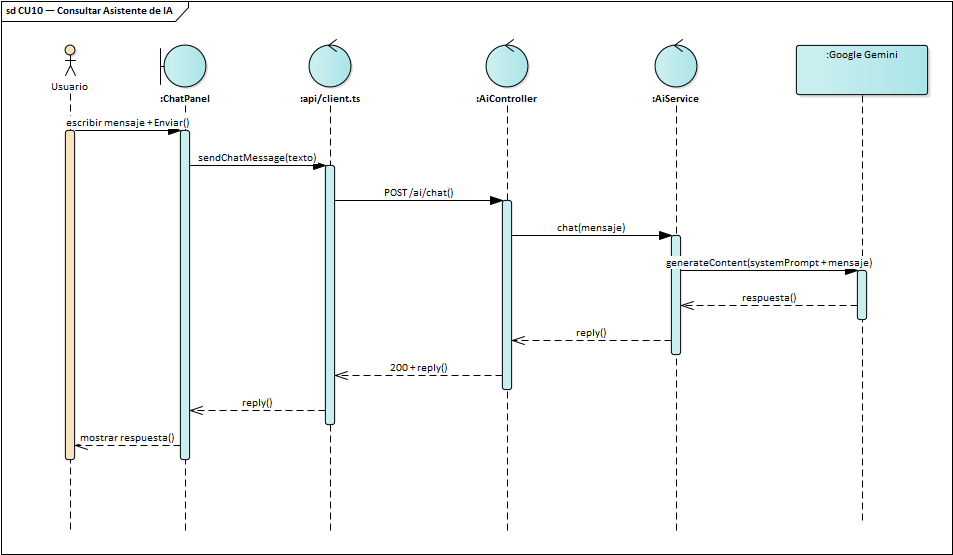
Earlier version of the PlantUML export docs/diagrams/ea/img/ciclo1/seq_cu10.png (luisfernandoAngulo28/generador_diagrama_clases_uml). Its source is kept beside it as docs/diagrams/1er_parcial/seq_cu10.plantuml.
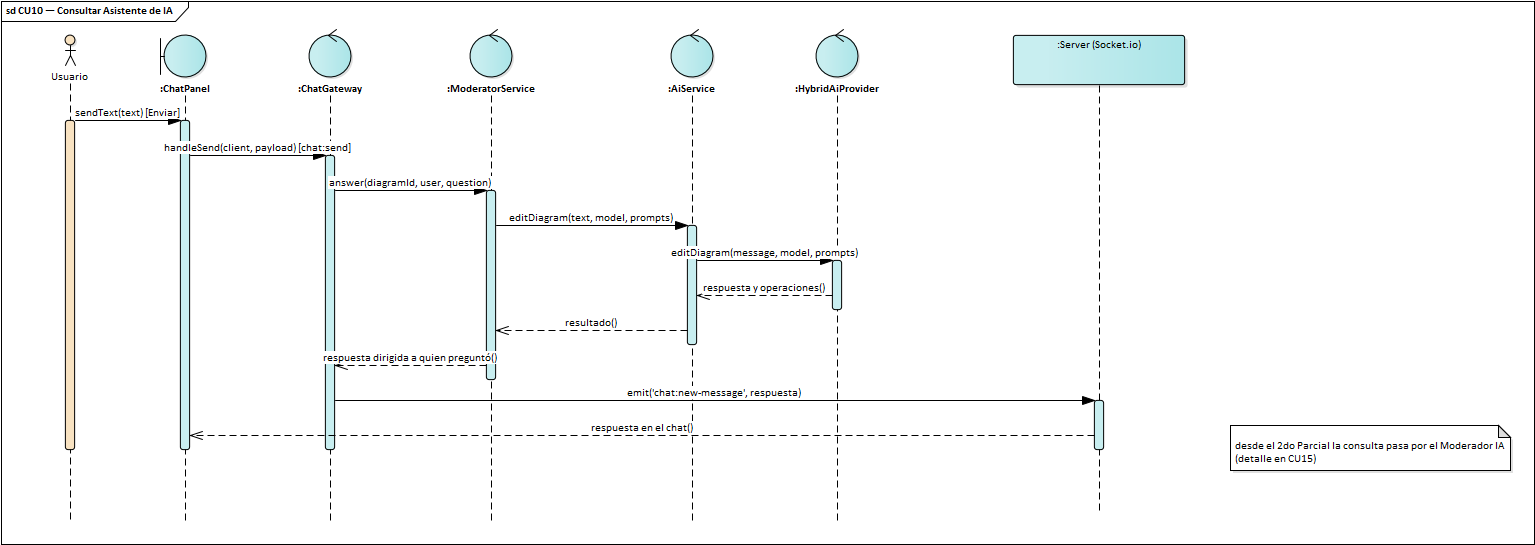
The same file after the commit.

The edit, as a diff of the source:
```diff
@@ -1,20 +1,22 @@
 @startuml seq_cu10
 !include ../2do_parcial/pud/_seq.iuml
-title CU10 — Consultar Asistente de IA\n<size:11>Diagrama de Secuencia · UML 2.5.1 · Ciclo 1 (1er Parcial)</size>
-actor "Usuario" as U
+title CU10 — Consultar Asistente de IA\n<size:11>Diagrama de Secuencia · UML 2.5.1 · Ciclo 1 · cada mensaje es una operación de la clase que lo recibe</size>
+actor Usuario as U
 boundary ":ChatPanel" as CP
-control ":api/client.ts" as A
-control ":AiController" as AC
-control ":AiService" as AS
-participant ":Google Gemini" as G
-U -> CP : escribir mensaje + Enviar
-CP -> A : sendChatMessage(texto)
-A -> AC : POST /ai/chat
-AC -> AS : chat(mensaje)
-AS -> G : generateContent(systemPrompt + mensaje)
-G --> AS : respuesta
-AS --> AC : reply
-AC --> A : 200 + reply
-A --> CP : reply
-CP --> U : mostrar respuesta
+control ":ChatGateway" as G
+control ":ModeratorService" as M
+control ":AiService" as AI
+control ":HybridAiProvider" as H
+participant ":Server (Socket.io)" as SV
+U -> CP : sendText(text) [Enviar]
+CP -> G : handleSend(client, payload) [chat:send]
+G -> M : answer(diagramId, user, question)
+M -> AI : editDiagram(text, model, prompts)
+AI -> H : editDiagram(message, model, prompts)
+H --> AI : respuesta y operaciones
+AI --> M : resultado
+M --> G : respuesta dirigida a quien preguntó
+G -> SV : emit('chat:new-message', respuesta)
+SV --> CP : respuesta en el chat
+note over G : desde el 2do Parcial la consulta pasa por el Moderador IA (detalle en CU15)
 @enduml
```
